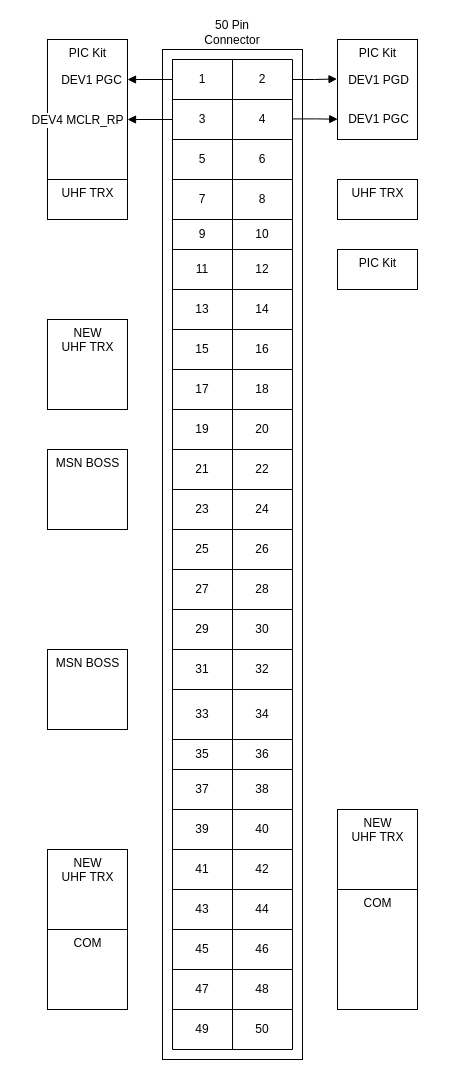
Earlier version of the draw.io diagram page "2-ROW-50-PIN-ASSIGNMENT" (1 of 2) of Diagrams/50_pin_assignment.drawio (BIRDSOpenSource/BIRDSRP-OBC). Source tidied: cells renumbered, new cells numbered last; positions are measured from the earlier drawing's top-left corner, leaving out a move shared by most shapes. Both pictures are drawn from the tidied source at 100%, with x=0, y=0 at pixel (47, 39).
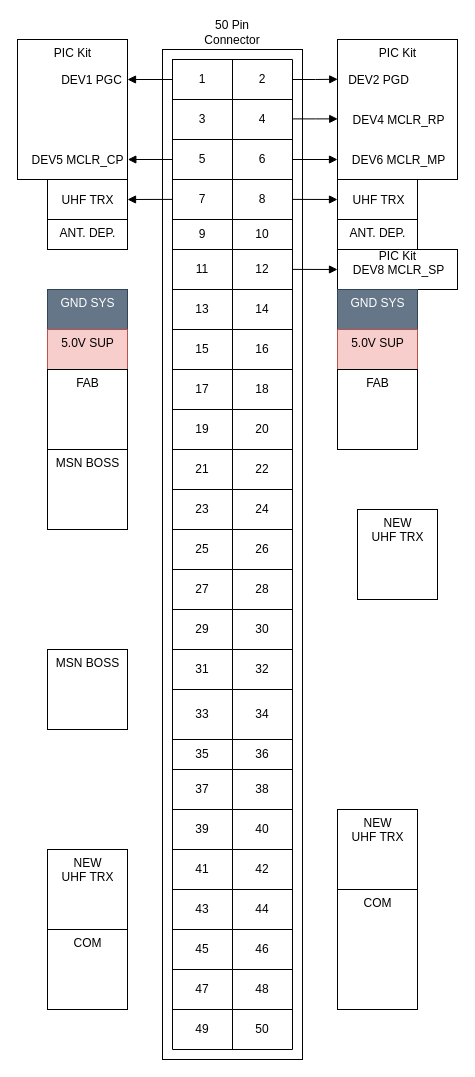
Above is the later version.

The change refers to these unchanged cells:
```xml
<mxCell id="9" style="shape=table;startSize=0;childLayout=tableLayout;" parent="1" vertex="1">
  <mxGeometry x="125" y="20" width="120" height="990" as="geometry" />
</mxCell>
<mxCell id="10" style="shape=tableRow;horizontal=0;startSize=0;swimlaneHead=0;swimlaneBody=0;strokeColor=inherit;top=0;left=0;bottom=0;right=0;fillColor=none;points=[[0,0.5],[1,0.5]];portConstraint=eastwest;" parent="9" vertex="1">
  <mxGeometry width="120" height="40" as="geometry" />
</mxCell>
<mxCell id="13" style="shape=tableRow;horizontal=0;startSize=0;swimlaneHead=0;swimlaneBody=0;strokeColor=inherit;top=0;left=0;bottom=0;right=0;fillColor=none;points=[[0,0.5],[1,0.5]];portConstraint=eastwest;" parent="9" vertex="1">
  <mxGeometry y="40" width="120" height="40" as="geometry" />
</mxCell>
```

What changed in the source:
```diff
@@
     <mxCell id="2" value="PIC Kit" style="html=1;points=[];perimeter=orthogonalPerimeter;outlineConnect=0;targetShapes=umlLifeline;portConstraint=eastwest;newEdgeStyle={&quot;edgeStyle&quot;:&quot;elbowEdgeStyle&quot;,&quot;elbow&quot;:&quot;vertical&quot;,&quot;curved&quot;:0,&quot;rounded&quot;:0};verticalAlign=top;" parent="1" vertex="1">
-      <mxGeometry width="80" height="140" as="geometry" />
+      <mxGeometry x="-30" width="110" height="140" as="geometry" />
     </mxCell>
@@
+    <mxCell id="6" value="PIC Kit" style="html=1;points=[];perimeter=orthogonalPerimeter;outlineConnect=0;targetShapes=umlLifeline;portConstraint=eastwest;newEdgeStyle={&quot;edgeStyle&quot;:&quot;elbowEdgeStyle&quot;,&quot;elbow&quot;:&quot;vertical&quot;,&quot;curved&quot;:0,&quot;rounded&quot;:0};labelPosition=center;verticalLabelPosition=middle;align=center;verticalAlign=top;" parent="1" vertex="1">
+      <mxGeometry x="290" width="120" height="140" as="geometry" />
+    </mxCell>
-    <mxCell id="4" style="html=1;verticalAlign=bottom;endArrow=block;edgeStyle=elbowEdgeStyle;elbow=vertical;curved=0;rounded=0;exitX=0;exitY=0.5;exitDx=0;exitDy=0;" parent="1" edge="1" source="13" target="2">
-      <mxGeometry relative="1" as="geometry" />
+    <mxCell id="4" style="html=1;verticalAlign=bottom;endArrow=block;edgeStyle=elbowEdgeStyle;elbow=vertical;curved=0;rounded=0;exitX=0;exitY=0.5;exitDx=0;exitDy=0;" parent="1" edge="1">
+      <mxGeometry relative="1" as="geometry">
+        <mxPoint x="245" y="120" as="sourcePoint" />
+        <mxPoint x="290" y="120" as="targetPoint" />
+      </mxGeometry>
     </mxCell>
-    <mxCell id="5" value="DEV4 MCLR_RP" style="edgeLabel;html=1;align=center;verticalAlign=middle;fontSize=12;" parent="4" vertex="1">
+    <mxCell id="5" value="DEV6 MCLR_MP" style="edgeLabel;html=1;align=center;verticalAlign=middle;fontSize=12;" parent="4" vertex="1">
       <mxGeometry x="-0.31" y="1" relative="1" as="geometry">
-        <mxPoint x="-80" y="-1" as="offset" />
+        <mxPoint x="89" y="1" as="offset" />
       </mxGeometry>
     </mxCell>
-    <mxCell id="6" value="PIC Kit" style="html=1;points=[];perimeter=orthogonalPerimeter;outlineConnect=0;targetShapes=umlLifeline;portConstraint=eastwest;newEdgeStyle={&quot;edgeStyle&quot;:&quot;elbowEdgeStyle&quot;,&quot;elbow&quot;:&quot;vertical&quot;,&quot;curved&quot;:0,&quot;rounded&quot;:0};labelPosition=center;verticalLabelPosition=middle;align=center;verticalAlign=top;" parent="1" vertex="1">
-      <mxGeometry x="290" width="80" height="100" as="geometry" />
-    </mxCell>
-    <mxCell id="7" style="html=1;verticalAlign=bottom;endArrow=block;edgeStyle=elbowEdgeStyle;elbow=horizontal;curved=0;rounded=0;exitX=1;exitY=0.5;exitDx=0;exitDy=0;entryX=-0.006;entryY=0.395;entryDx=0;entryDy=0;entryPerimeter=0;" parent="1" edge="1" source="10" target="6">
+    <mxCell id="7" style="html=1;verticalAlign=bottom;endArrow=block;edgeStyle=elbowEdgeStyle;elbow=horizontal;curved=0;rounded=0;exitX=1;exitY=0.5;exitDx=0;exitDy=0;entryX=0.002;entryY=0.284;entryDx=0;entryDy=0;entryPerimeter=0;" parent="1" edge="1" source="10" target="6">
       <mxGeometry x="0.22" y="10" relative="1" as="geometry" />
     </mxCell>
-    <mxCell id="8" value="DEV1 PGD" style="edgeLabel;html=1;align=center;verticalAlign=middle;fontSize=12;" parent="7" vertex="1">
+    <mxCell id="8" value="DEV2 PGD" style="edgeLabel;html=1;align=center;verticalAlign=middle;fontSize=12;" parent="7" vertex="1">
       <mxGeometry x="-0.95" relative="1" as="geometry">
         <mxPoint x="84" as="offset" />
       </mxGeometry>
     </mxCell>
@@
-    <mxCell id="87" value="UHF TRX" style="html=1;perimeter=orthogonalPerimeter;targetShapes=umlLifeline;newEdgeStyle={&quot;edgeStyle&quot;:&quot;elbowEdgeStyle&quot;,&quot;elbow&quot;:&quot;vertical&quot;,&quot;curved&quot;:0,&quot;rounded&quot;:0};verticalAlign=top;" parent="1" vertex="1">
+    <mxCell id="87" style="html=1;perimeter=orthogonalPerimeter;targetShapes=umlLifeline;newEdgeStyle={&quot;edgeStyle&quot;:&quot;elbowEdgeStyle&quot;,&quot;elbow&quot;:&quot;vertical&quot;,&quot;curved&quot;:0,&quot;rounded&quot;:0};verticalAlign=top;" parent="1" vertex="1">
       <mxGeometry y="140" width="80" height="40" as="geometry" />
     </mxCell>
-    <mxCell id="88" style="html=1;verticalAlign=bottom;endArrow=block;edgeStyle=elbowEdgeStyle;elbow=horizontal;curved=0;rounded=0;exitX=1.001;exitY=0.06;exitDx=0;exitDy=0;exitPerimeter=0;entryX=0.003;entryY=0.797;entryDx=0;entryDy=0;entryPerimeter=0;" parent="1" edge="1" source="9" target="6">
+    <mxCell id="88" style="html=1;verticalAlign=bottom;endArrow=block;edgeStyle=elbowEdgeStyle;elbow=horizontal;curved=0;rounded=0;exitX=1.001;exitY=0.06;exitDx=0;exitDy=0;exitPerimeter=0;entryX=0.002;entryY=0.567;entryDx=0;entryDy=0;entryPerimeter=0;" parent="1" edge="1" source="9" target="6">
       <mxGeometry x="0.22" y="10" relative="1" as="geometry" />
     </mxCell>
-    <mxCell id="89" value="DEV1 PGC" style="edgeLabel;html=1;align=center;verticalAlign=middle;fontSize=12;" parent="88" vertex="1">
+    <mxCell id="89" value="DEV4 MCLR_RP" style="edgeLabel;html=1;align=center;verticalAlign=middle;fontSize=12;" parent="88" vertex="1">
       <mxGeometry x="-0.95" relative="1" as="geometry">
-        <mxPoint x="84" as="offset" />
+        <mxPoint x="104" y="1" as="offset" />
       </mxGeometry>
     </mxCell>
     <mxCell id="90" value="NEW&lt;div&gt;UHF TRX&lt;/div&gt;" style="html=1;perimeter=orthogonalPerimeter;targetShapes=umlLifeline;newEdgeStyle={&quot;edgeStyle&quot;:&quot;elbowEdgeStyle&quot;,&quot;elbow&quot;:&quot;vertical&quot;,&quot;curved&quot;:0,&quot;rounded&quot;:0};verticalAlign=top;" parent="1" vertex="1">
-      <mxGeometry y="280" width="80" height="90" as="geometry" />
+      <mxGeometry x="310" y="470" width="80" height="90" as="geometry" />
     </mxCell>
-    <mxCell id="91" value="PIC Kit" style="html=1;perimeter=orthogonalPerimeter;targetShapes=umlLifeline;newEdgeStyle={&quot;edgeStyle&quot;:&quot;elbowEdgeStyle&quot;,&quot;elbow&quot;:&quot;vertical&quot;,&quot;curved&quot;:0,&quot;rounded&quot;:0};labelPosition=center;verticalLabelPosition=middle;align=center;verticalAlign=top;" parent="1" vertex="1">
-      <mxGeometry x="290" y="210" width="80" height="40" as="geometry" />
+    <mxCell id="91" value="PIC Kit" style="html=1;perimeter=orthogonalPerimeter;targetShapes=umlLifeline;newEdgeStyle={&quot;edgeStyle&quot;:&quot;elbowEdgeStyle&quot;,&quot;elbow&quot;:&quot;vertical&quot;,&quot;curved&quot;:0,&quot;rounded&quot;:0};labelPosition=center;verticalLabelPosition=middle;align=center;verticalAlign=top;spacing=-5;" parent="1" vertex="1">
+      <mxGeometry x="290" y="210" width="120" height="40" as="geometry" />
     </mxCell>
-    <mxCell id="92" value="UHF TRX" style="html=1;perimeter=orthogonalPerimeter;targetShapes=umlLifeline;newEdgeStyle={&quot;edgeStyle&quot;:&quot;elbowEdgeStyle&quot;,&quot;elbow&quot;:&quot;vertical&quot;,&quot;curved&quot;:0,&quot;rounded&quot;:0};verticalAlign=top;" parent="1" vertex="1">
+    <mxCell id="92" style="html=1;perimeter=orthogonalPerimeter;targetShapes=umlLifeline;newEdgeStyle={&quot;edgeStyle&quot;:&quot;elbowEdgeStyle&quot;,&quot;elbow&quot;:&quot;vertical&quot;,&quot;curved&quot;:0,&quot;rounded&quot;:0};verticalAlign=top;" parent="1" vertex="1">
       <mxGeometry x="290" y="140" width="80" height="40" as="geometry" />
     </mxCell>
@@
+    <mxCell id="99" style="html=1;verticalAlign=bottom;endArrow=block;edgeStyle=elbowEdgeStyle;elbow=vertical;curved=0;rounded=0;exitX=-0.003;exitY=0.101;exitDx=0;exitDy=0;exitPerimeter=0;entryX=1.003;entryY=0.856;entryDx=0;entryDy=0;entryPerimeter=0;" parent="1" edge="1" source="9" target="2">
+      <mxGeometry relative="1" as="geometry" />
+    </mxCell>
+    <mxCell id="100" value="DEV5 MCLR_CP" style="edgeLabel;html=1;align=center;verticalAlign=middle;fontSize=12;" parent="99" vertex="1">
+      <mxGeometry x="-0.31" y="1" relative="1" as="geometry">
+        <mxPoint x="-80" y="-1" as="offset" />
+      </mxGeometry>
+    </mxCell>
+    <mxCell id="101" value="GND SYS" style="html=1;perimeter=orthogonalPerimeter;targetShapes=umlLifeline;newEdgeStyle={&quot;edgeStyle&quot;:&quot;elbowEdgeStyle&quot;,&quot;elbow&quot;:&quot;vertical&quot;,&quot;curved&quot;:0,&quot;rounded&quot;:0};labelPosition=center;verticalLabelPosition=middle;align=center;verticalAlign=top;fillColor=#647687;strokeColor=#314354;fontColor=#ffffff;" parent="1" vertex="1">
+      <mxGeometry x="290" y="250" width="80" height="40" as="geometry" />
+    </mxCell>
+    <mxCell id="102" value="GND SYS" style="html=1;perimeter=orthogonalPerimeter;targetShapes=umlLifeline;newEdgeStyle={&quot;edgeStyle&quot;:&quot;elbowEdgeStyle&quot;,&quot;elbow&quot;:&quot;vertical&quot;,&quot;curved&quot;:0,&quot;rounded&quot;:0};labelPosition=center;verticalLabelPosition=middle;align=center;verticalAlign=top;fillColor=#647687;strokeColor=#314354;fontColor=#ffffff;" parent="1" vertex="1">
+      <mxGeometry y="250" width="80" height="40" as="geometry" />
+    </mxCell>
+    <mxCell id="103" style="html=1;verticalAlign=bottom;endArrow=block;edgeStyle=elbowEdgeStyle;elbow=vertical;curved=0;rounded=0;exitX=-0.003;exitY=0.101;exitDx=0;exitDy=0;exitPerimeter=0;entryX=1.003;entryY=0.856;entryDx=0;entryDy=0;entryPerimeter=0;" parent="1" edge="1">
+      <mxGeometry relative="1" as="geometry">
+        <mxPoint x="125" y="159.9" as="sourcePoint" />
+        <mxPoint x="80" y="159.9" as="targetPoint" />
+      </mxGeometry>
+    </mxCell>
+    <mxCell id="104" value="UHF TRX" style="edgeLabel;html=1;align=center;verticalAlign=middle;fontSize=12;" parent="103" vertex="1">
+      <mxGeometry x="-0.31" y="1" relative="1" as="geometry">
+        <mxPoint x="-70" y="-1" as="offset" />
+      </mxGeometry>
+    </mxCell>
+    <mxCell id="105" style="html=1;verticalAlign=bottom;endArrow=block;edgeStyle=elbowEdgeStyle;elbow=vertical;curved=0;rounded=0;exitX=0;exitY=0.5;exitDx=0;exitDy=0;" parent="1" edge="1">
+      <mxGeometry relative="1" as="geometry">
+        <mxPoint x="245" y="159.9" as="sourcePoint" />
+        <mxPoint x="290" y="159.9" as="targetPoint" />
+      </mxGeometry>
+    </mxCell>
+    <mxCell id="106" value="UHF TRX" style="edgeLabel;html=1;align=center;verticalAlign=middle;fontSize=12;" parent="105" vertex="1">
+      <mxGeometry x="-0.31" y="1" relative="1" as="geometry">
+        <mxPoint x="70" y="1" as="offset" />
+      </mxGeometry>
+    </mxCell>
+    <mxCell id="107" style="html=1;verticalAlign=bottom;endArrow=block;edgeStyle=elbowEdgeStyle;elbow=vertical;curved=0;rounded=0;exitX=0;exitY=0.5;exitDx=0;exitDy=0;" parent="1" edge="1">
+      <mxGeometry relative="1" as="geometry">
+        <mxPoint x="245" y="229.9" as="sourcePoint" />
+        <mxPoint x="290" y="229.9" as="targetPoint" />
+      </mxGeometry>
+    </mxCell>
+    <mxCell id="108" value="DEV8 MCLR_SP" style="edgeLabel;html=1;align=center;verticalAlign=middle;fontSize=12;" parent="107" vertex="1">
+      <mxGeometry x="-0.31" y="1" relative="1" as="geometry">
+        <mxPoint x="90" y="1" as="offset" />
+      </mxGeometry>
+    </mxCell>
+    <mxCell id="109" value="ANT. DEP." style="html=1;perimeter=orthogonalPerimeter;targetShapes=umlLifeline;newEdgeStyle={&quot;edgeStyle&quot;:&quot;elbowEdgeStyle&quot;,&quot;elbow&quot;:&quot;vertical&quot;,&quot;curved&quot;:0,&quot;rounded&quot;:0};verticalAlign=top;" parent="1" vertex="1">
+      <mxGeometry y="180" width="80" height="30" as="geometry" />
+    </mxCell>
+    <mxCell id="110" value="ANT. DEP." style="html=1;perimeter=orthogonalPerimeter;targetShapes=umlLifeline;newEdgeStyle={&quot;edgeStyle&quot;:&quot;elbowEdgeStyle&quot;,&quot;elbow&quot;:&quot;vertical&quot;,&quot;curved&quot;:0,&quot;rounded&quot;:0};verticalAlign=top;" parent="1" vertex="1">
+      <mxGeometry x="290" y="180" width="80" height="30" as="geometry" />
+    </mxCell>
+    <mxCell id="111" value="5.0V SUP" style="html=1;perimeter=orthogonalPerimeter;targetShapes=umlLifeline;newEdgeStyle={&quot;edgeStyle&quot;:&quot;elbowEdgeStyle&quot;,&quot;elbow&quot;:&quot;vertical&quot;,&quot;curved&quot;:0,&quot;rounded&quot;:0};labelPosition=center;verticalLabelPosition=middle;align=center;verticalAlign=top;fillColor=#f8cecc;strokeColor=#b85450;" parent="1" vertex="1">
+      <mxGeometry y="290" width="80" height="40" as="geometry" />
+    </mxCell>
+    <mxCell id="112" value="5.0V SUP" style="html=1;perimeter=orthogonalPerimeter;targetShapes=umlLifeline;newEdgeStyle={&quot;edgeStyle&quot;:&quot;elbowEdgeStyle&quot;,&quot;elbow&quot;:&quot;vertical&quot;,&quot;curved&quot;:0,&quot;rounded&quot;:0};labelPosition=center;verticalLabelPosition=middle;align=center;verticalAlign=top;fillColor=#f8cecc;strokeColor=#b85450;" parent="1" vertex="1">
+      <mxGeometry x="290" y="290" width="80" height="40" as="geometry" />
+    </mxCell>
+    <mxCell id="113" value="FAB" style="html=1;perimeter=orthogonalPerimeter;targetShapes=umlLifeline;newEdgeStyle={&quot;edgeStyle&quot;:&quot;elbowEdgeStyle&quot;,&quot;elbow&quot;:&quot;vertical&quot;,&quot;curved&quot;:0,&quot;rounded&quot;:0};verticalAlign=top;" parent="1" vertex="1">
+      <mxGeometry x="290" y="330" width="80" height="80" as="geometry" />
+    </mxCell>
+    <mxCell id="114" value="FAB" style="html=1;perimeter=orthogonalPerimeter;targetShapes=umlLifeline;newEdgeStyle={&quot;edgeStyle&quot;:&quot;elbowEdgeStyle&quot;,&quot;elbow&quot;:&quot;vertical&quot;,&quot;curved&quot;:0,&quot;rounded&quot;:0};verticalAlign=top;" parent="1" vertex="1">
+      <mxGeometry y="330" width="80" height="80" as="geometry" />
+    </mxCell>
```
